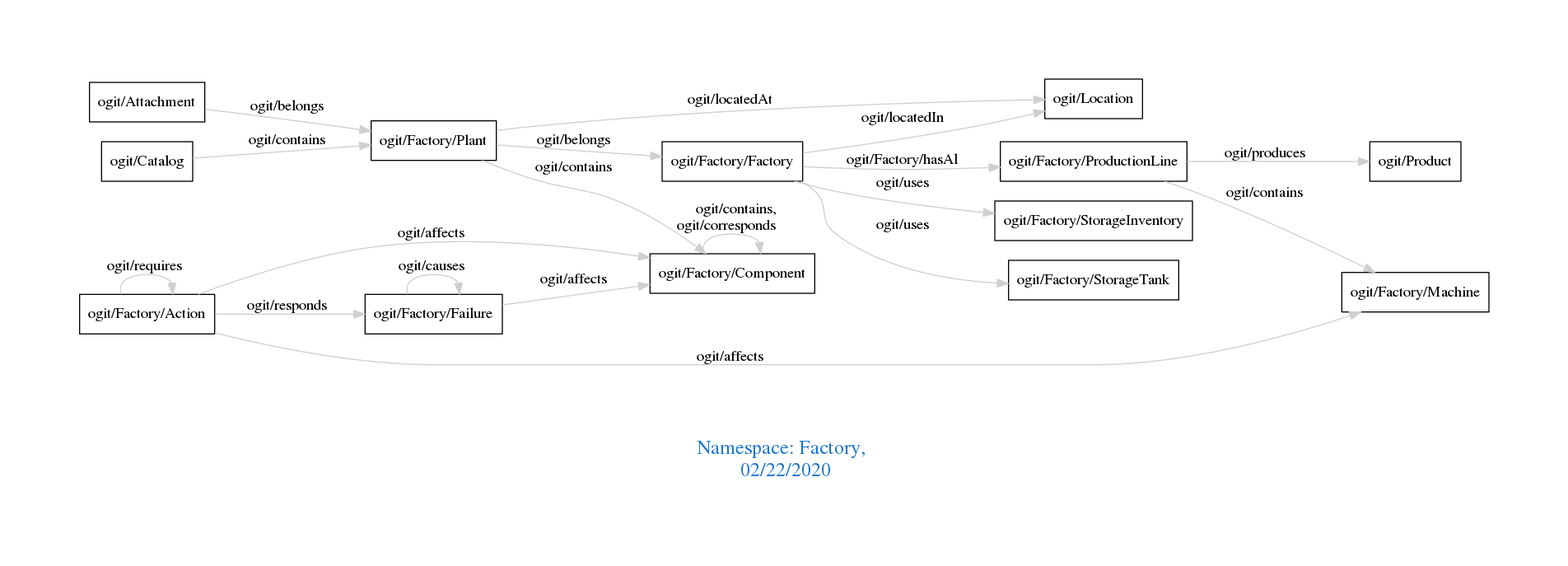
Earlier version of the Graphviz export downloads/Factory.png (arago/OGIT). Its source is kept beside it as downloads/Factory.dot.
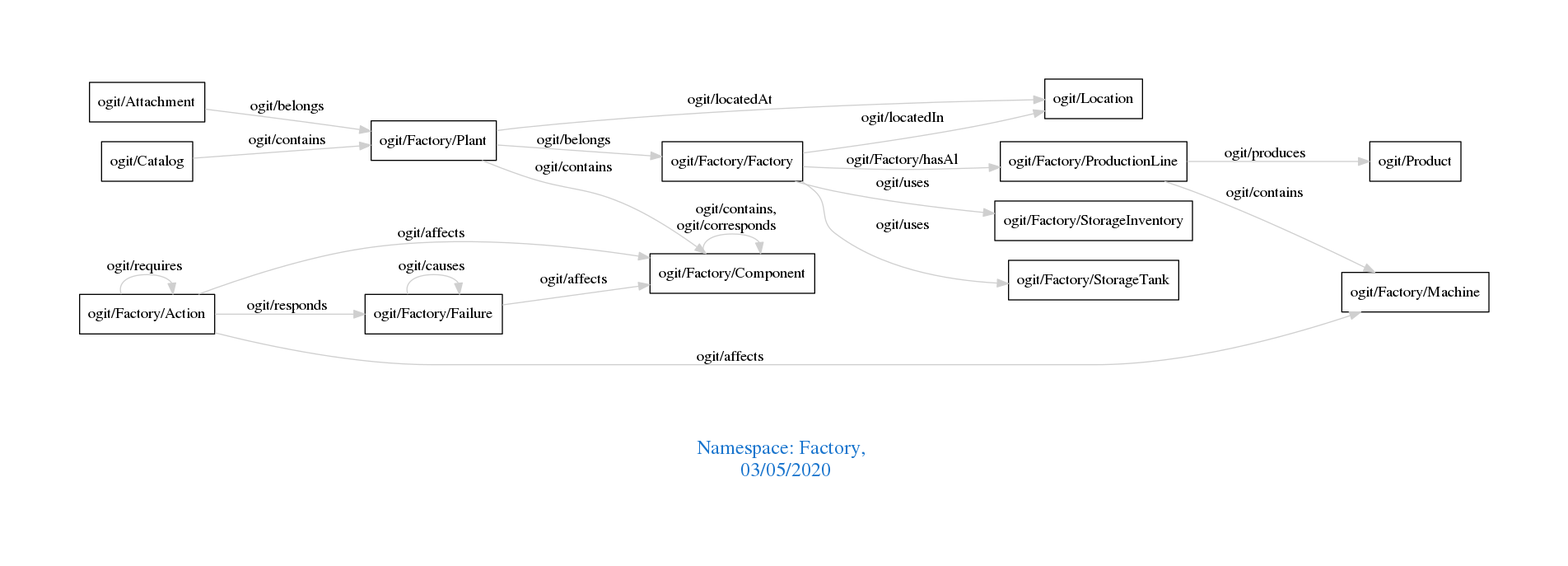
Later version of the same file.

Change to the diagram source:
```diff
@@ -1,7 +1,7 @@
 digraph OGIT_ontology {
  graph [ rankdir= LR,pad=1
 fontsize = 18,
-fontcolor= dodgerblue3,label = "\n\n\nNamespace: Factory, \n 02/22/2020"];
+fontcolor= dodgerblue3,label = "\n\n\nNamespace: Factory, \n 03/05/2020"];
 node[shape=polygon];
 edge [  color="gray81"];
 
```
